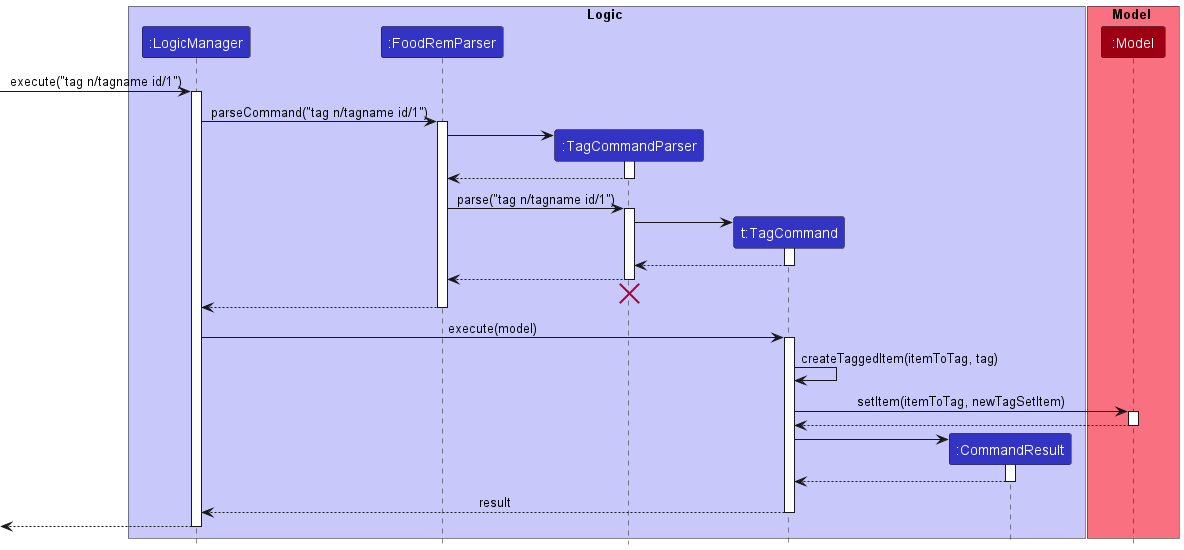
Before: docs/images/TagSequenceDiagram.png, a diagram exported from PlantUML (nus-cs2103-AY2223S1/tp). Its diagram source:
```plantuml
@startuml
!include style.puml

box Logic LOGIC_COLOR_T1
participant ":LogicManager" as LogicManager LOGIC_COLOR
participant ":FoodRemParser" as FoodRemParser LOGIC_COLOR
participant ":TagCommandParser" as TagCommandParser LOGIC_COLOR
participant "t:TagCommand" as TagCommand LOGIC_COLOR
participant ":CommandResult" as CommandResult LOGIC_COLOR
end box

box Model MODEL_COLOR_T1
participant ":Model" as Model MODEL_COLOR
end box

[-> LogicManager : execute("tag n/tagname id/1")
activate LogicManager

LogicManager -> FoodRemParser : parseCommand("tag n/tagname id/1")
activate FoodRemParser

create TagCommandParser
FoodRemParser -> TagCommandParser
activate TagCommandParser

TagCommandParser --> FoodRemParser
deactivate TagCommandParser

FoodRemParser -> TagCommandParser : parse("tag n/tagname id/1")
activate TagCommandParser

create TagCommand
TagCommandParser -> TagCommand
activate TagCommand

TagCommand --> TagCommandParser :
deactivate TagCommand

TagCommandParser --> FoodRemParser :
deactivate TagCommandParser
TagCommandParser -[hidden]-> FoodRemParser
destroy TagCommandParser

FoodRemParser --> LogicManager :
deactivate FoodRemParser

LogicManager -> TagCommand : execute(model)
activate TagCommand

TagCommand -> TagCommand : createTaggedItem(itemToTag, tag)


TagCommand -> Model : setItem(itemToTag, newTagSetItem)
activate Model

Model --> TagCommand
deactivate Model

create CommandResult
TagCommand -> CommandResult
activate CommandResult

CommandResult --> TagCommand
deactivate CommandResult

TagCommand --> LogicManager : result
deactivate TagCommand

[<--LogicManager
deactivate LogicManager
@enduml
```
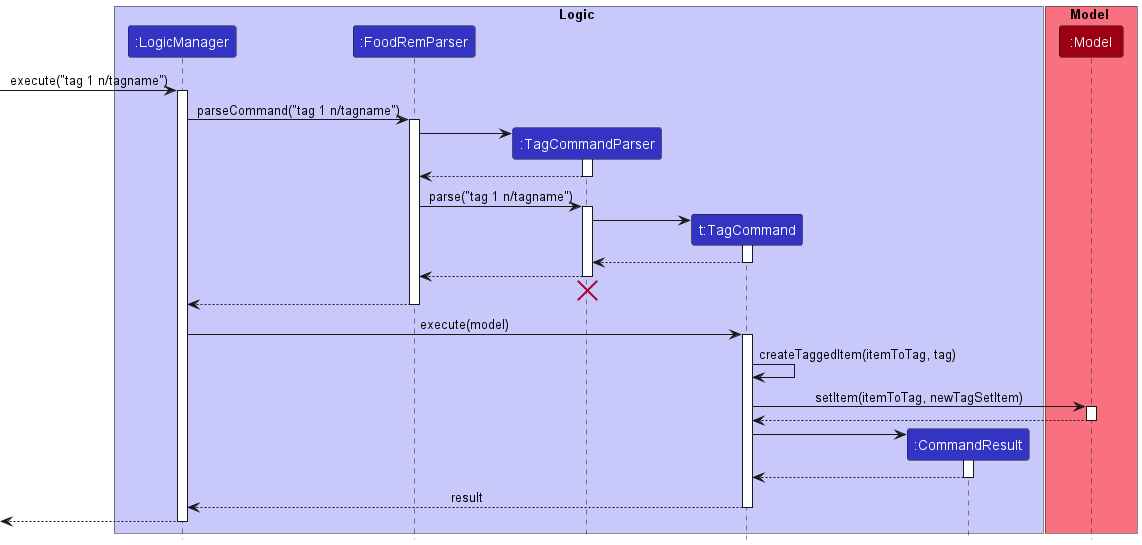
After the change.

Commit message:
Update tag sequence diagram

The edit, as a diff of the source:
```diff
@@ -13,10 +13,10 @@
 participant ":Model" as Model MODEL_COLOR
 end box
 
-[-> LogicManager : execute("tag n/tagname id/1")
+[-> LogicManager : execute("tag 1 n/tagname")
 activate LogicManager
 
-LogicManager -> FoodRemParser : parseCommand("tag n/tagname id/1")
+LogicManager -> FoodRemParser : parseCommand("tag 1 n/tagname")
 activate FoodRemParser
 
 create TagCommandParser
@@ -26,7 +26,7 @@
 TagCommandParser --> FoodRemParser
 deactivate TagCommandParser
 
-FoodRemParser -> TagCommandParser : parse("tag n/tagname id/1")
+FoodRemParser -> TagCommandParser : parse("tag 1 n/tagname")
 activate TagCommandParser
 
 create TagCommand
```
